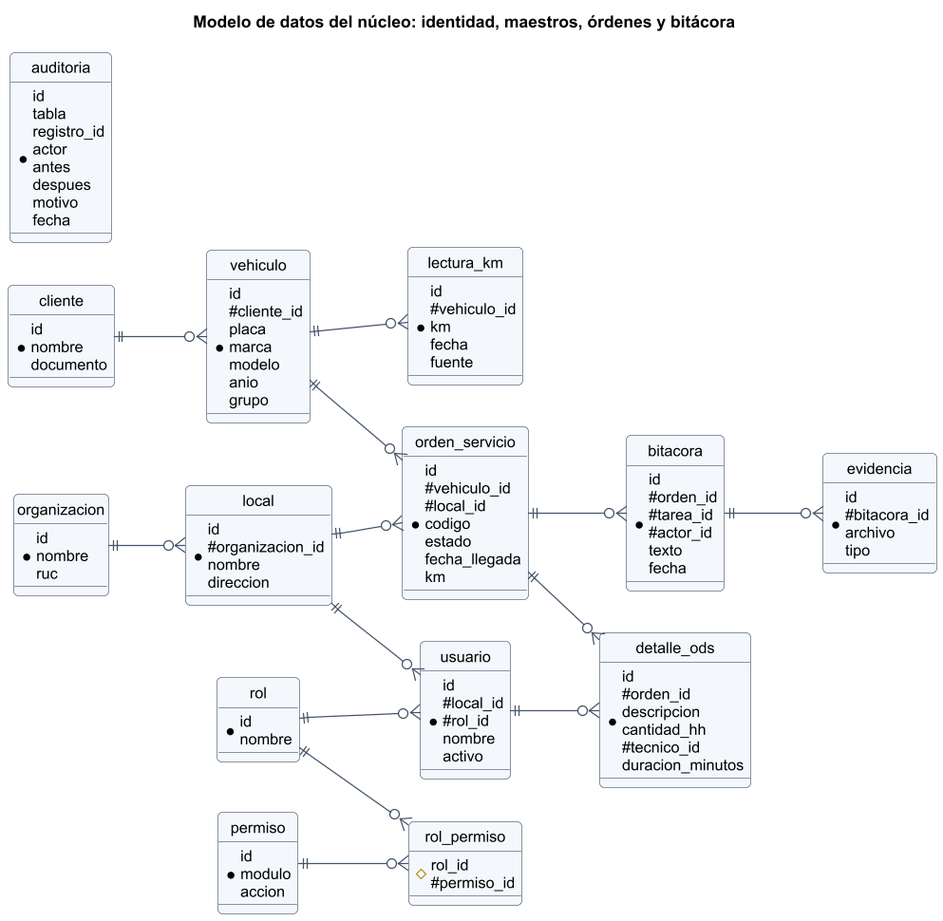
AlvaroMachaca05Dev/Tesis_Posventa keeps this PlantUML diagram as diagramas/R81_consolidados/png/DMD-R81-0001_datos_nucleo.png. Above is the earlier version. Source of this version:
```plantuml
@startuml
skinparam shadowing false
skinparam defaultFontName Arial
skinparam defaultFontSize 13
skinparam dpi 120
skinparam roundCorner 8
skinparam ArrowColor #44546a
skinparam ClassBackgroundColor #f4f8fc
skinparam ClassBorderColor #44546a
skinparam PackageBackgroundColor #ffffff
skinparam NoteBackgroundColor #fff8e1

title Modelo de datos del núcleo: identidad, maestros, órdenes y bitácora
hide circle
left to right direction
entity organizacion {
  *id\nnombre\nruc
}
entity local {
  *id\n#organizacion_id\nnombre\ndireccion
}
entity usuario {
  *id\n#local_id\n#rol_id\nnombre\nactivo
}
entity rol {
  *id\nnombre
}
entity permiso {
  *id\nmodulo\naccion
}
entity rol_permiso {
  #rol_id\n#permiso_id
}
entity cliente {
  *id\nnombre\ndocumento
}
entity vehiculo {
  *id\n#cliente_id\nplaca\nmarca\nmodelo\nanio\ngrupo
}
entity lectura_km {
  *id\n#vehiculo_id\nkm\nfecha\nfuente
}
entity orden_servicio {
  *id\n#vehiculo_id\n#local_id\ncodigo\nestado\nfecha_llegada\nkm
}
entity detalle_ods {
  *id\n#orden_id\ndescripcion\ncantidad_hh\n#tecnico_id\nduracion_minutos
}
entity bitacora {
  *id\n#orden_id\n#tarea_id\n#actor_id\ntexto\nfecha
}
entity evidencia {
  *id\n#bitacora_id\narchivo\ntipo
}
entity auditoria {
  *id\ntabla\nregistro_id\nactor\nantes\ndespues\nmotivo\nfecha
}
organizacion ||--o{ local
local ||--o{ usuario
rol ||--o{ usuario
rol ||--o{ rol_permiso
permiso ||--o{ rol_permiso
cliente ||--o{ vehiculo
vehiculo ||--o{ lectura_km
vehiculo ||--o{ orden_servicio
local ||--o{ orden_servicio
orden_servicio ||--o{ detalle_ods
orden_servicio ||--o{ bitacora
bitacora ||--o{ evidencia
usuario ||--o{ detalle_ods
@enduml
```
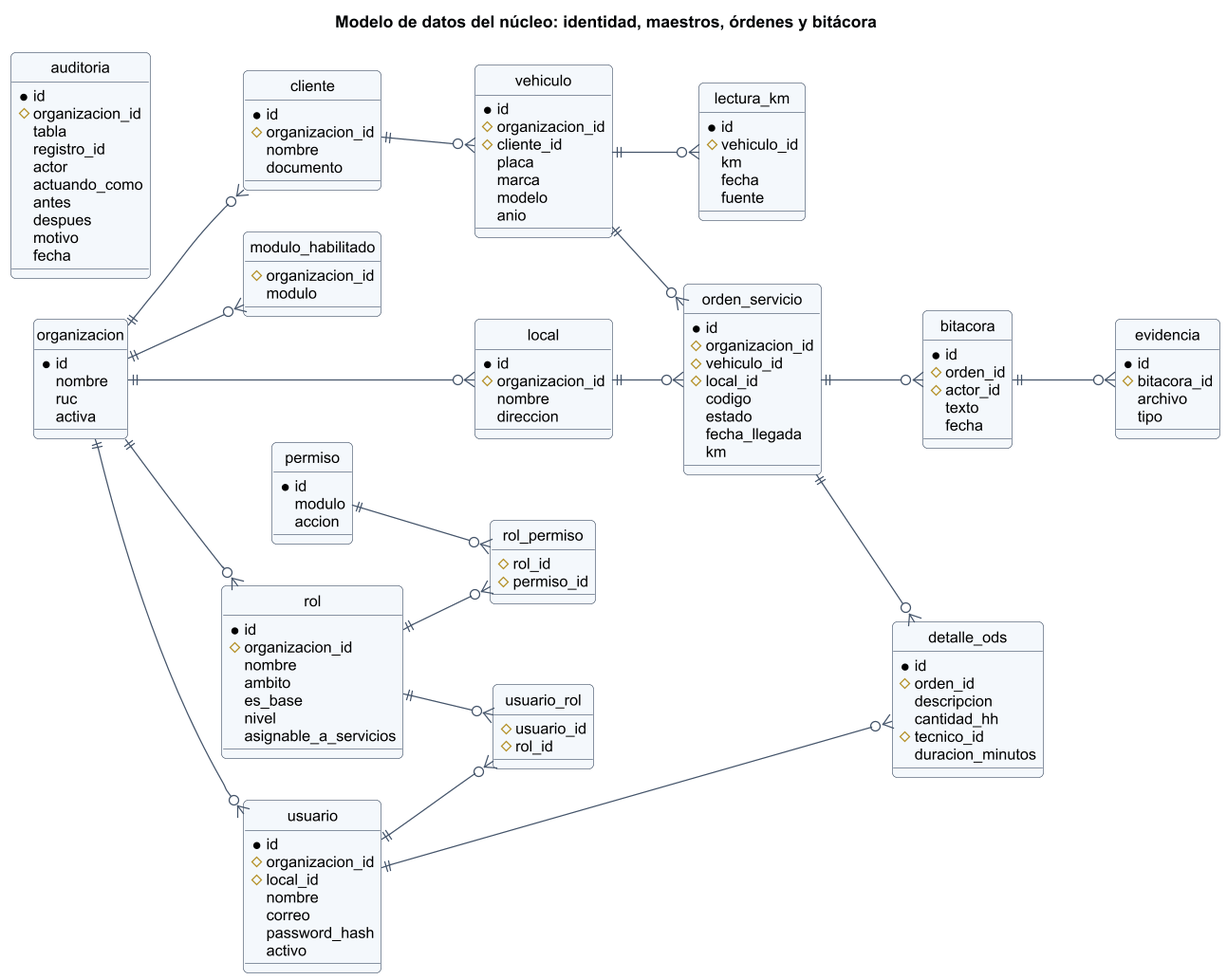
After the commit.

What changed in the source:
```diff
@@ -14,52 +14,126 @@
 hide circle
 left to right direction
 entity organizacion {
-  *id\nnombre\nruc
+  *id
+  nombre
+  ruc
+  activa
+}
+entity modulo_habilitado {
+  #organizacion_id
+  modulo
 }
 entity local {
-  *id\n#organizacion_id\nnombre\ndireccion
+  *id
+  #organizacion_id
+  nombre
+  direccion
+}
+entity rol {
+  *id
+  #organizacion_id
+  nombre
+  ambito
+  es_base
+  nivel
+  asignable_a_servicios
+}
+entity permiso {
+  *id
+  modulo
+  accion
+}
+entity rol_permiso {
+  #rol_id
+  #permiso_id
 }
 entity usuario {
-  *id\n#local_id\n#rol_id\nnombre\nactivo
+  *id
+  #organizacion_id
+  #local_id
+  nombre
+  correo
+  password_hash
+  activo
 }
-entity rol {
-  *id\nnombre
-}
-entity permiso {
-  *id\nmodulo\naccion
-}
-entity rol_permiso {
-  #rol_id\n#permiso_id
+entity usuario_rol {
+  #usuario_id
+  #rol_id
 }
 entity cliente {
-  *id\nnombre\ndocumento
+  *id
+  #organizacion_id
+  nombre
+  documento
 }
 entity vehiculo {
-  *id\n#cliente_id\nplaca\nmarca\nmodelo\nanio\ngrupo
+  *id
+  #organizacion_id
+  #cliente_id
+  placa
+  marca
+  modelo
+  anio
 }
 entity lectura_km {
-  *id\n#vehiculo_id\nkm\nfecha\nfuente
+  *id
+  #vehiculo_id
+  km
+  fecha
+  fuente
 }
 entity orden_servicio {
-  *id\n#vehiculo_id\n#local_id\ncodigo\nestado\nfecha_llegada\nkm
+  *id
+  #organizacion_id
+  #vehiculo_id
+  #local_id
+  codigo
+  estado
+  fecha_llegada
+  km
 }
 entity detalle_ods {
-  *id\n#orden_id\ndescripcion\ncantidad_hh\n#tecnico_id\nduracion_minutos
+  *id
+  #orden_id
+  descripcion
+  cantidad_hh
+  #tecnico_id
+  duracion_minutos
 }
 entity bitacora {
-  *id\n#orden_id\n#tarea_id\n#actor_id\ntexto\nfecha
+  *id
+  #orden_id
+  #actor_id
+  texto
+  fecha
 }
 entity evidencia {
-  *id\n#bitacora_id\narchivo\ntipo
+  *id
+  #bitacora_id
+  archivo
+  tipo
 }
 entity auditoria {
-  *id\ntabla\nregistro_id\nactor\nantes\ndespues\nmotivo\nfecha
+  *id
+  #organizacion_id
+  tabla
+  registro_id
+  actor
+  actuando_como
+  antes
+  despues
+  motivo
+  fecha
 }
 organizacion ||--o{ local
-local ||--o{ usuario
-rol ||--o{ usuario
+organizacion ||--o{ modulo_habilitado
+organizacion ||--o{ rol
+organizacion ||--o{ usuario
+rol ||--o{ usuario_rol
+usuario ||--o{ usuario_rol
 rol ||--o{ rol_permiso
 permiso ||--o{ rol_permiso
+organizacion ||--o{ cliente
 cliente ||--o{ vehiculo
 vehiculo ||--o{ lectura_km
 vehiculo ||--o{ orden_servicio
```
